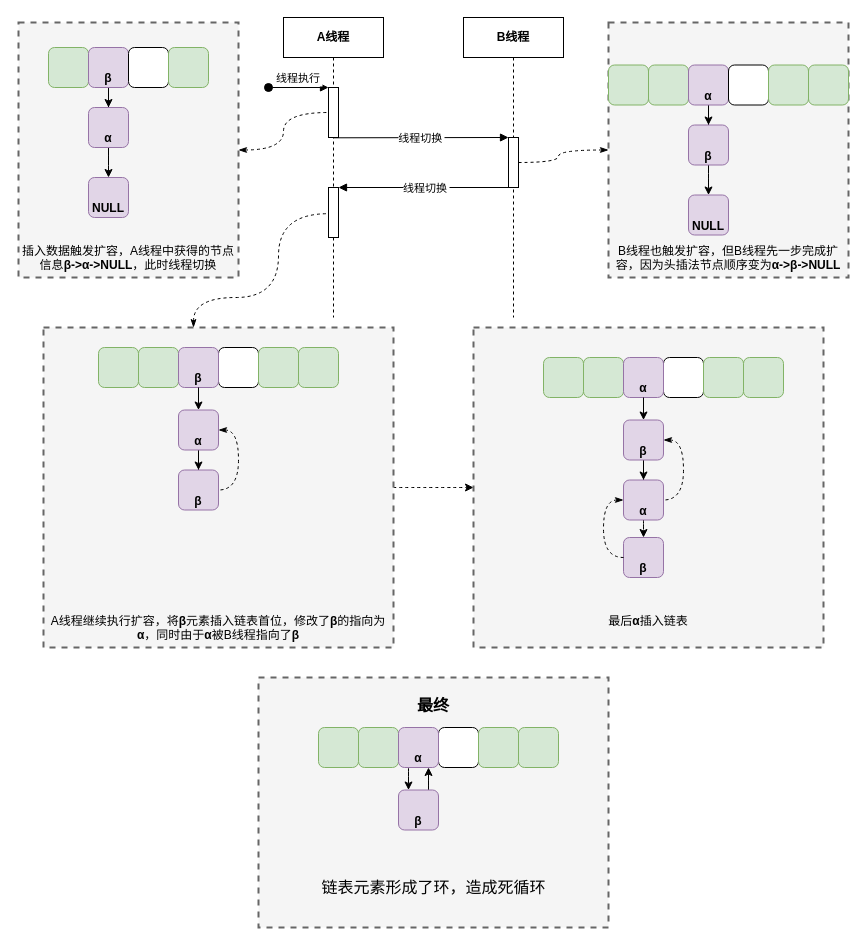
Above: Java/Java基础/Java基础知识/HashMap头插法危害.drawio in Developer-Tang/Knowledge-Notes (draw.io), before the change. Source tidied: cells renumbered, new cells numbered last; positions are measured from the earlier drawing's top-left corner, leaving out a move shared by most shapes. Both pictures are drawn from the tidied source at 100%, with x=0, y=0 at pixel (18, 17).
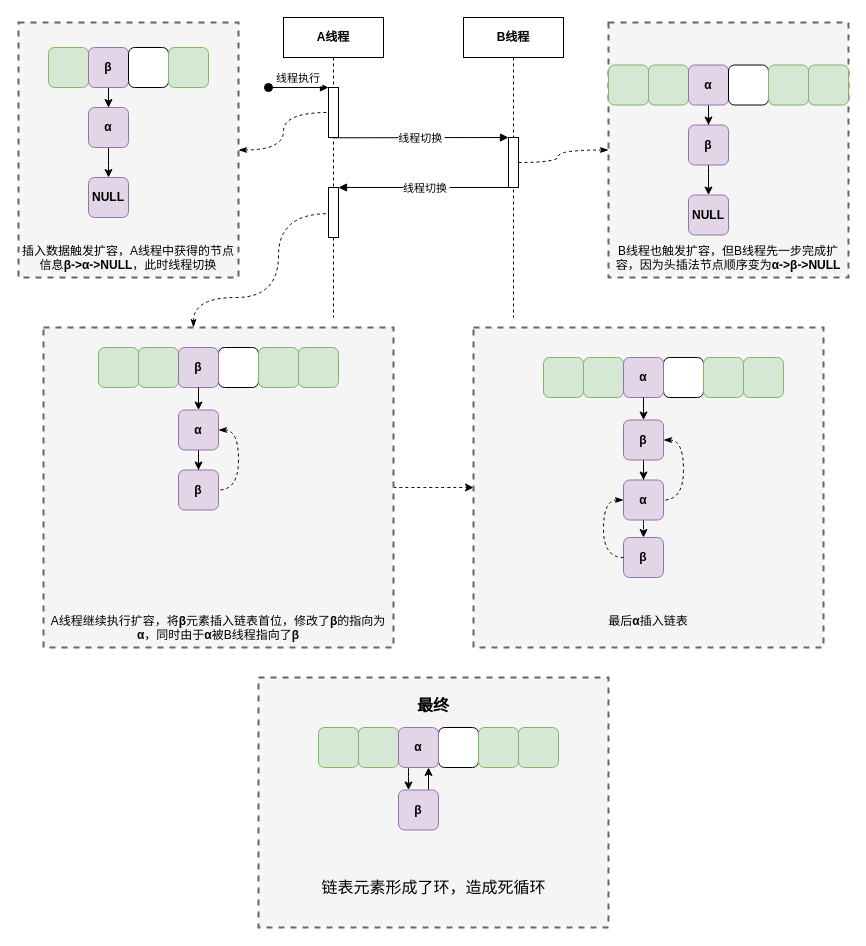
The same diagram, later.

Commit message (it also covers changes not shown here):
fix: 修复制图过程中误操作造成的重影

What changed in the source:
```diff
@@
-    <mxCell id="14" value="β" style="rounded=1;whiteSpace=wrap;html=1;fillColor=#e1d5e7;strokeColor=#9673a6;fontStyle=1;spacingBottom=-40;labelPosition=center;verticalLabelPosition=top;align=center;verticalAlign=bottom;" parent="1" vertex="1">
+    <mxCell id="14" value="β" style="rounded=1;whiteSpace=wrap;html=1;fillColor=#e1d5e7;strokeColor=#9673a6;fontStyle=1;spacingBottom=0;labelPosition=center;verticalLabelPosition=middle;align=center;verticalAlign=middle;" parent="1" vertex="1">
       <mxGeometry x="70" y="30" width="40" height="40" as="geometry" />
     </mxCell>
@@
-    <mxCell id="18" value="α" style="rounded=1;whiteSpace=wrap;html=1;fillColor=#e1d5e7;strokeColor=#9673a6;fontStyle=1;spacingBottom=-40;labelPosition=center;verticalLabelPosition=top;align=center;verticalAlign=bottom;" parent="1" vertex="1">
+    <mxCell id="18" value="α" style="rounded=1;whiteSpace=wrap;html=1;fillColor=#e1d5e7;strokeColor=#9673a6;fontStyle=1;spacingBottom=0;labelPosition=center;verticalLabelPosition=middle;align=center;verticalAlign=middle;" parent="1" vertex="1">
       <mxGeometry x="70" y="90" width="40" height="40" as="geometry" />
     </mxCell>
-    <mxCell id="19" value="NULL" style="rounded=1;whiteSpace=wrap;html=1;fillColor=#e1d5e7;strokeColor=#9673a6;fontStyle=1;spacingBottom=-40;labelPosition=center;verticalLabelPosition=top;align=center;verticalAlign=bottom;" parent="1" vertex="1">
+    <mxCell id="19" value="NULL" style="rounded=1;whiteSpace=wrap;html=1;fillColor=#e1d5e7;strokeColor=#9673a6;fontStyle=1;spacingBottom=0;labelPosition=center;verticalLabelPosition=middle;align=center;verticalAlign=middle;" parent="1" vertex="1">
       <mxGeometry x="70" y="160" width="40" height="40" as="geometry" />
     </mxCell>
@@
-    <mxCell id="23" value="&lt;b style=&quot;color: rgb(51 , 51 , 51)&quot;&gt;&lt;span style=&quot;color: rgb(0 , 0 , 0)&quot;&gt;α&lt;/span&gt;&lt;/b&gt;" style="rounded=1;whiteSpace=wrap;html=1;fillColor=#e1d5e7;strokeColor=#9673a6;spacingBottom=-40;labelPosition=center;verticalLabelPosition=top;align=center;verticalAlign=bottom;" parent="1" vertex="1">
+    <mxCell id="23" value="&lt;b style=&quot;color: rgb(51 , 51 , 51)&quot;&gt;&lt;span style=&quot;color: rgb(0 , 0 , 0)&quot;&gt;α&lt;/span&gt;&lt;/b&gt;" style="rounded=1;whiteSpace=wrap;html=1;fillColor=#e1d5e7;strokeColor=#9673a6;spacingBottom=0;labelPosition=center;verticalLabelPosition=middle;align=center;verticalAlign=middle;" parent="1" vertex="1">
       <mxGeometry x="670" y="47.5" width="40" height="40" as="geometry" />
     </mxCell>
@@
-    <mxCell id="27" value="&lt;b style=&quot;color: rgb(51 , 51 , 51)&quot;&gt;&lt;span style=&quot;color: rgb(0 , 0 , 0)&quot;&gt;β&lt;/span&gt;&lt;/b&gt;" style="rounded=1;whiteSpace=wrap;html=1;fillColor=#e1d5e7;strokeColor=#9673a6;spacingBottom=-40;labelPosition=center;verticalLabelPosition=top;align=center;verticalAlign=bottom;" parent="1" vertex="1">
+    <mxCell id="27" value="&lt;b style=&quot;color: rgb(51 , 51 , 51)&quot;&gt;&lt;span style=&quot;color: rgb(0 , 0 , 0)&quot;&gt;β&lt;/span&gt;&lt;/b&gt;" style="rounded=1;whiteSpace=wrap;html=1;fillColor=#e1d5e7;strokeColor=#9673a6;spacingBottom=0;labelPosition=center;verticalLabelPosition=middle;align=center;verticalAlign=middle;" parent="1" vertex="1">
       <mxGeometry x="670" y="107.5" width="40" height="40" as="geometry" />
     </mxCell>
-    <mxCell id="28" value="&lt;b&gt;NULL&lt;/b&gt;" style="rounded=1;whiteSpace=wrap;html=1;fillColor=#e1d5e7;strokeColor=#9673a6;spacingBottom=-40;labelPosition=center;verticalLabelPosition=top;align=center;verticalAlign=bottom;" parent="1" vertex="1">
+    <mxCell id="28" value="&lt;b&gt;NULL&lt;/b&gt;" style="rounded=1;whiteSpace=wrap;html=1;fillColor=#e1d5e7;strokeColor=#9673a6;spacingBottom=0;labelPosition=center;verticalLabelPosition=middle;align=center;verticalAlign=middle;" parent="1" vertex="1">
       <mxGeometry x="670" y="177.5" width="40" height="40" as="geometry" />
     </mxCell>
@@
-    <mxCell id="37" value="&lt;span style=&quot;font-weight: 700&quot;&gt;α&lt;/span&gt;" style="rounded=1;whiteSpace=wrap;html=1;fillColor=#e1d5e7;strokeColor=#9673a6;spacingBottom=-40;labelPosition=center;verticalLabelPosition=top;align=center;verticalAlign=bottom;" parent="1" vertex="1">
+    <mxCell id="37" value="&lt;span style=&quot;font-weight: 700&quot;&gt;α&lt;/span&gt;" style="rounded=1;whiteSpace=wrap;html=1;fillColor=#e1d5e7;strokeColor=#9673a6;spacingBottom=0;labelPosition=center;verticalLabelPosition=middle;align=center;verticalAlign=middle;" parent="1" vertex="1">
       <mxGeometry x="160" y="392.5" width="40" height="40" as="geometry" />
     </mxCell>
@@
-    <mxCell id="40" value="&lt;b style=&quot;color: rgb(51 , 51 , 51)&quot;&gt;&lt;span style=&quot;color: rgb(0 , 0 , 0)&quot;&gt;β&lt;/span&gt;&lt;/b&gt;" style="rounded=1;whiteSpace=wrap;html=1;fillColor=#e1d5e7;strokeColor=#9673a6;spacingBottom=-40;labelPosition=center;verticalLabelPosition=top;align=center;verticalAlign=bottom;" parent="1" vertex="1">
+    <mxCell id="40" value="&lt;b style=&quot;color: rgb(51 , 51 , 51)&quot;&gt;&lt;span style=&quot;color: rgb(0 , 0 , 0)&quot;&gt;β&lt;/span&gt;&lt;/b&gt;" style="rounded=1;whiteSpace=wrap;html=1;fillColor=#e1d5e7;strokeColor=#9673a6;spacingBottom=0;labelPosition=center;verticalLabelPosition=middle;align=center;verticalAlign=middle;" parent="1" vertex="1">
       <mxGeometry x="160" y="452.5" width="40" height="40" as="geometry" />
     </mxCell>
@@
-    <mxCell id="43" value="&lt;b style=&quot;color: rgb(51 , 51 , 51)&quot;&gt;&lt;span style=&quot;color: rgb(0 , 0 , 0)&quot;&gt;β&lt;/span&gt;&lt;/b&gt;" style="rounded=1;whiteSpace=wrap;html=1;fillColor=#e1d5e7;strokeColor=#9673a6;spacingBottom=-40;labelPosition=center;verticalLabelPosition=top;align=center;verticalAlign=bottom;" parent="1" vertex="1">
+    <mxCell id="43" value="&lt;b style=&quot;color: rgb(51 , 51 , 51)&quot;&gt;&lt;span style=&quot;color: rgb(0 , 0 , 0)&quot;&gt;β&lt;/span&gt;&lt;/b&gt;" style="rounded=1;whiteSpace=wrap;html=1;fillColor=#e1d5e7;strokeColor=#9673a6;spacingBottom=0;labelPosition=center;verticalLabelPosition=middle;align=center;verticalAlign=middle;" parent="1" vertex="1">
       <mxGeometry x="160" y="330" width="40" height="40" as="geometry" />
     </mxCell>
@@
-    <mxCell id="50" value="&lt;b style=&quot;color: rgb(51 , 51 , 51)&quot;&gt;&lt;span style=&quot;color: rgb(0 , 0 , 0)&quot;&gt;β&lt;/span&gt;&lt;/b&gt;" style="rounded=1;whiteSpace=wrap;html=1;fillColor=#e1d5e7;strokeColor=#9673a6;spacingBottom=-40;labelPosition=center;verticalLabelPosition=top;align=center;verticalAlign=bottom;" parent="1" vertex="1">
+    <mxCell id="50" value="&lt;b style=&quot;color: rgb(51 , 51 , 51)&quot;&gt;&lt;span style=&quot;color: rgb(0 , 0 , 0)&quot;&gt;β&lt;/span&gt;&lt;/b&gt;" style="rounded=1;whiteSpace=wrap;html=1;fillColor=#e1d5e7;strokeColor=#9673a6;spacingBottom=0;labelPosition=center;verticalLabelPosition=middle;align=center;verticalAlign=middle;" parent="1" vertex="1">
       <mxGeometry x="605" y="402.5" width="40" height="40" as="geometry" />
     </mxCell>
@@
-    <mxCell id="54" value="&lt;span style=&quot;font-weight: 700&quot;&gt;α&lt;/span&gt;" style="rounded=1;whiteSpace=wrap;html=1;fillColor=#e1d5e7;strokeColor=#9673a6;spacingBottom=-40;labelPosition=center;verticalLabelPosition=top;align=center;verticalAlign=bottom;" parent="1" vertex="1">
+    <mxCell id="54" value="&lt;span style=&quot;font-weight: 700&quot;&gt;α&lt;/span&gt;" style="rounded=1;whiteSpace=wrap;html=1;fillColor=#e1d5e7;strokeColor=#9673a6;spacingBottom=0;labelPosition=center;verticalLabelPosition=middle;align=center;verticalAlign=middle;" parent="1" vertex="1">
       <mxGeometry x="605" y="462.5" width="40" height="40" as="geometry" />
     </mxCell>
@@
-    <mxCell id="57" value="&lt;span style=&quot;font-weight: 700&quot;&gt;α&lt;/span&gt;" style="rounded=1;whiteSpace=wrap;html=1;fillColor=#e1d5e7;strokeColor=#9673a6;spacingBottom=-40;labelPosition=center;verticalLabelPosition=top;align=center;verticalAlign=bottom;" parent="1" vertex="1">
+    <mxCell id="57" value="&lt;span style=&quot;font-weight: 700&quot;&gt;α&lt;/span&gt;" style="rounded=1;whiteSpace=wrap;html=1;fillColor=#e1d5e7;strokeColor=#9673a6;spacingBottom=0;labelPosition=center;verticalLabelPosition=middle;align=center;verticalAlign=middle;" parent="1" vertex="1">
       <mxGeometry x="605" y="340" width="40" height="40" as="geometry" />
     </mxCell>
@@
-    <mxCell id="60" value="&lt;b style=&quot;color: rgb(51 , 51 , 51)&quot;&gt;&lt;span style=&quot;color: rgb(0 , 0 , 0)&quot;&gt;β&lt;/span&gt;&lt;/b&gt;" style="rounded=1;whiteSpace=wrap;html=1;fillColor=#e1d5e7;strokeColor=#9673a6;spacingBottom=-40;labelPosition=center;verticalLabelPosition=top;align=center;verticalAlign=bottom;" parent="1" vertex="1">
+    <mxCell id="60" value="&lt;b style=&quot;color: rgb(51 , 51 , 51)&quot;&gt;&lt;span style=&quot;color: rgb(0 , 0 , 0)&quot;&gt;β&lt;/span&gt;&lt;/b&gt;" style="rounded=1;whiteSpace=wrap;html=1;fillColor=#e1d5e7;strokeColor=#9673a6;spacingBottom=0;labelPosition=center;verticalLabelPosition=middle;align=center;verticalAlign=middle;" parent="1" vertex="1">
       <mxGeometry x="605" y="520" width="40" height="40" as="geometry" />
     </mxCell>
@@
-    <mxCell id="64" value="&lt;b style=&quot;color: rgb(51 , 51 , 51)&quot;&gt;&lt;span style=&quot;color: rgb(0 , 0 , 0)&quot;&gt;β&lt;/span&gt;&lt;/b&gt;" style="rounded=1;whiteSpace=wrap;html=1;fillColor=#e1d5e7;strokeColor=#9673a6;spacingBottom=-40;labelPosition=center;verticalLabelPosition=top;align=center;verticalAlign=bottom;" parent="1" vertex="1">
+    <mxCell id="64" value="&lt;b style=&quot;color: rgb(51 , 51 , 51)&quot;&gt;&lt;span style=&quot;color: rgb(0 , 0 , 0)&quot;&gt;β&lt;/span&gt;&lt;/b&gt;" style="rounded=1;whiteSpace=wrap;html=1;fillColor=#e1d5e7;strokeColor=#9673a6;spacingBottom=0;labelPosition=center;verticalLabelPosition=middle;align=center;verticalAlign=middle;" parent="1" vertex="1">
       <mxGeometry x="380" y="772.5" width="40" height="40" as="geometry" />
     </mxCell>
@@
-    <mxCell id="70" value="&lt;span style=&quot;font-weight: 700&quot;&gt;α&lt;/span&gt;" style="rounded=1;whiteSpace=wrap;html=1;fillColor=#e1d5e7;strokeColor=#9673a6;spacingBottom=-40;labelPosition=center;verticalLabelPosition=top;align=center;verticalAlign=bottom;" parent="1" vertex="1">
+    <mxCell id="70" value="&lt;span style=&quot;font-weight: 700&quot;&gt;α&lt;/span&gt;" style="rounded=1;whiteSpace=wrap;html=1;fillColor=#e1d5e7;strokeColor=#9673a6;spacingBottom=0;labelPosition=center;verticalLabelPosition=middle;align=center;verticalAlign=middle;" parent="1" vertex="1">
       <mxGeometry x="380" y="710" width="40" height="40" as="geometry" />
     </mxCell>
```
